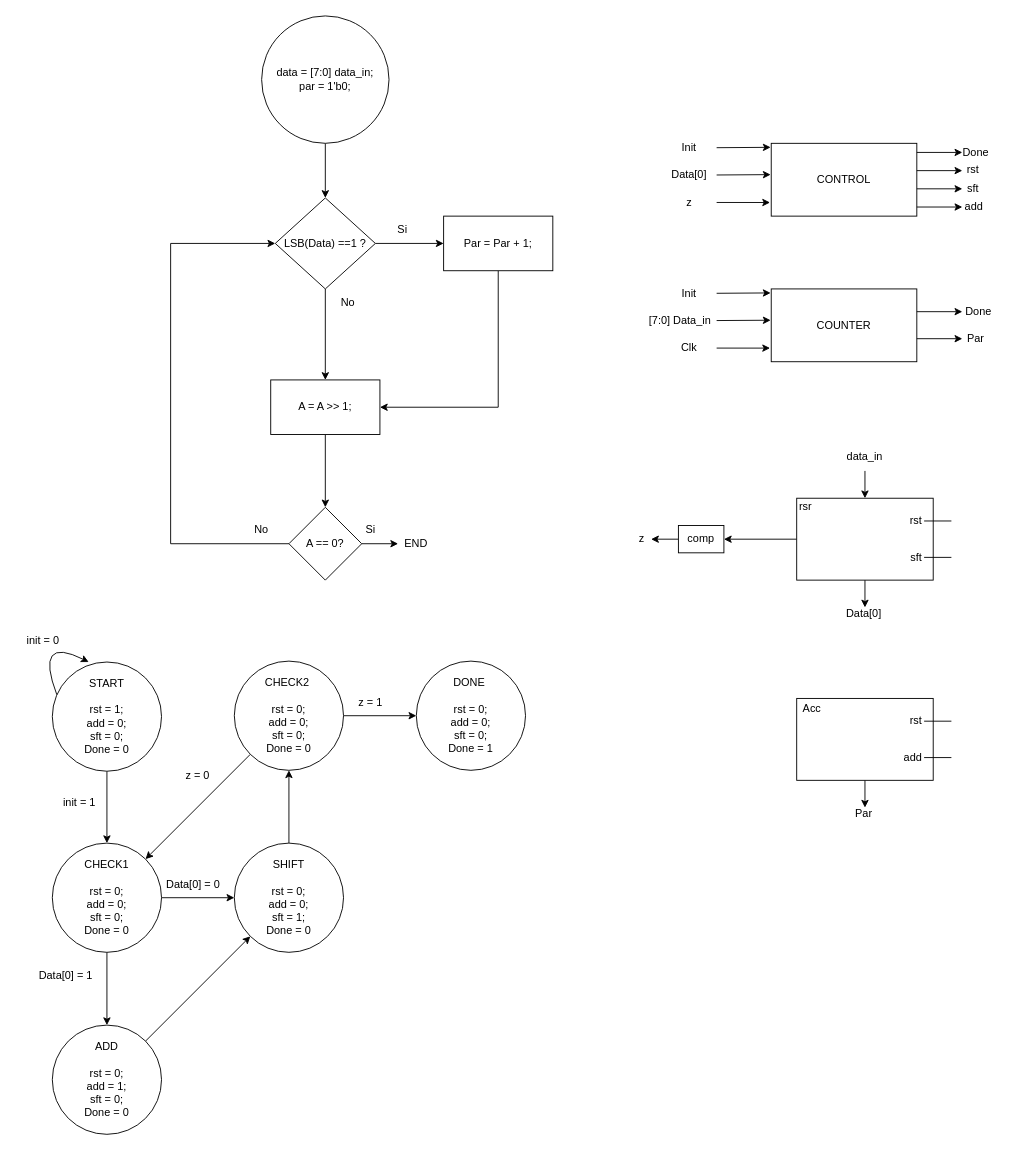
Before: Counter/diagrams/flowchart.drawio in DanielPuentes01/Digital_2, a draw.io diagram. Source tidied: cells renumbered, new cells numbered last; positions are measured from the earlier drawing's top-left corner, leaving out a move shared by most shapes. Both pictures are drawn from the tidied source at 91%, with x=0, y=0 at pixel (15, 15).
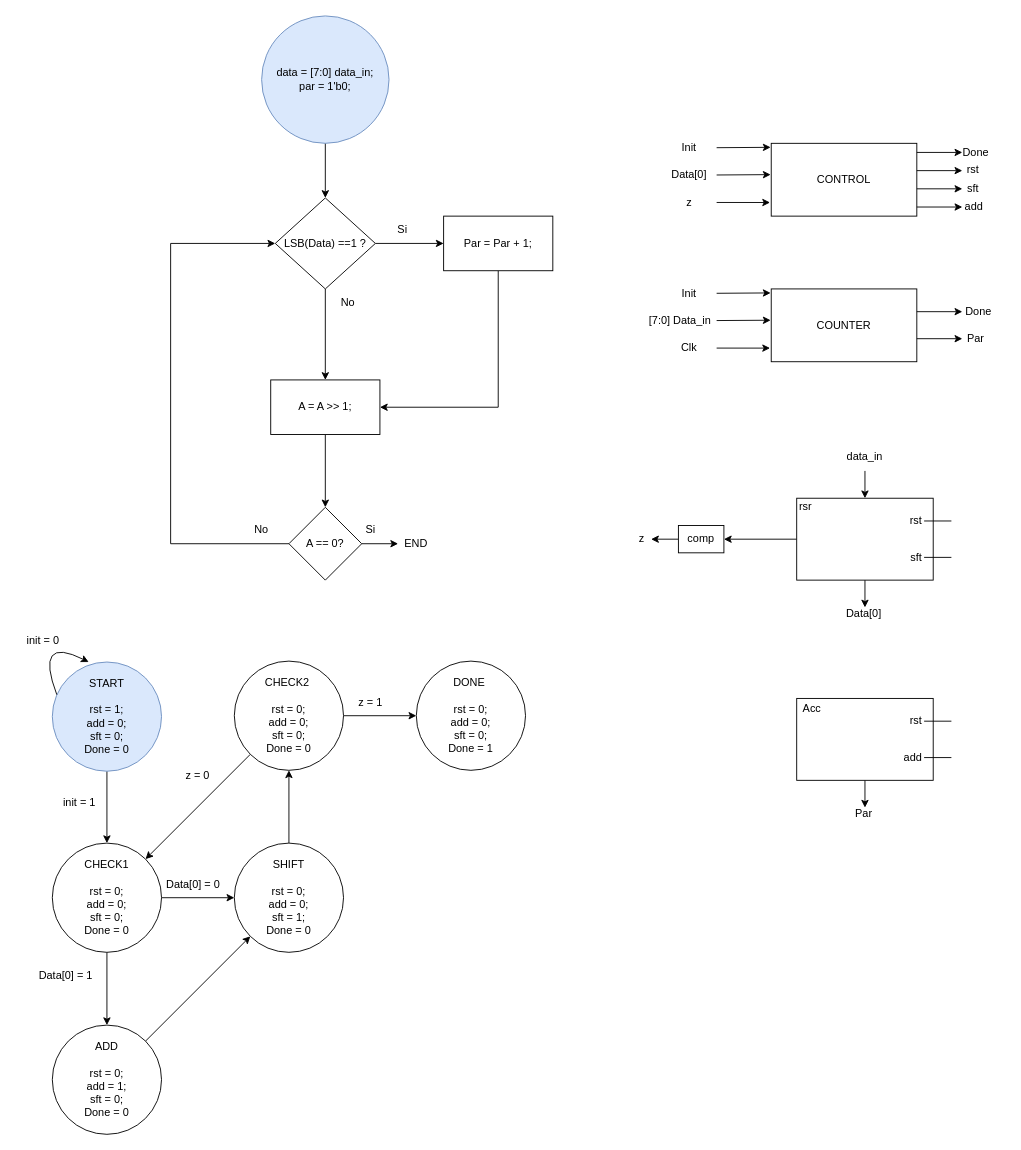
After the change.

Commit message (it also covers changes not shown here):
Diagrama de flujo v1 i2c

The edit, as a diff of the source:
```diff
@@
-    <mxCell id="3" value="data = [7:0] data_in;&lt;div&gt;par = 1'b0;&lt;/div&gt;" style="ellipse;whiteSpace=wrap;html=1;" parent="1" vertex="1">
+    <mxCell id="3" value="data = [7:0] data_in;&lt;div&gt;par = 1'b0;&lt;/div&gt;" style="ellipse;whiteSpace=wrap;html=1;fillColor=#dae8fc;strokeColor=#6c8ebf;" parent="1" vertex="1">
       <mxGeometry x="270" width="140" height="140" as="geometry" />
     </mxCell>
@@
-    <mxCell id="68" value="START&lt;div&gt;&lt;br&gt;&lt;/div&gt;&lt;div&gt;rst = 1;&lt;/div&gt;&lt;div&gt;add = 0;&lt;/div&gt;&lt;div&gt;sft = 0;&lt;/div&gt;&lt;div&gt;Done = 0&lt;/div&gt;" style="ellipse;whiteSpace=wrap;html=1;" parent="1" vertex="1">
+    <mxCell id="68" value="START&lt;div&gt;&lt;br&gt;&lt;/div&gt;&lt;div&gt;rst = 1;&lt;/div&gt;&lt;div&gt;add = 0;&lt;/div&gt;&lt;div&gt;sft = 0;&lt;/div&gt;&lt;div&gt;Done = 0&lt;/div&gt;" style="ellipse;whiteSpace=wrap;html=1;fillColor=#dae8fc;strokeColor=#6c8ebf;" parent="1" vertex="1">
       <mxGeometry x="40" y="710" width="120" height="120" as="geometry" />
     </mxCell>
```
